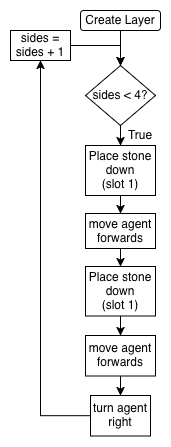
This is tutorials/python-islands/island-7/tower_builder/images/flowchart-function.png from CausewayDigital/Minecraft-EE-MakeCode, a draw.io export, as it was before one commit. Source tidied: cells renumbered, new cells last; positions are measured from the earlier drawing's top-left corner, leaving out a move shared by most shapes.
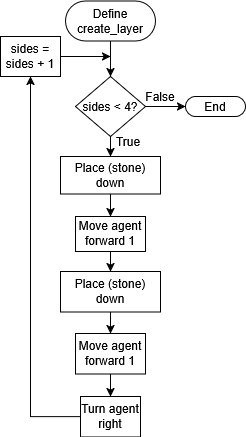
Above is the later version.

Commit message:
Added end to tower builder vertical flowcharts

Change to the diagram source:
```diff
@@ -2,56 +2,67 @@
   <root>
     <mxCell id="0" />
     <mxCell id="1" parent="0" />
-    <mxCell id="2" style="edgeStyle=orthogonalEdgeStyle;rounded=0;jettySize=auto;html=1;" parent="1" edge="1" source="3" target="5">
-      <mxGeometry relative="1" as="geometry" />
-    </mxCell>
-    <mxCell id="3" value="Create Layer" style="rounded=1;whiteSpace=wrap;html=1;" parent="1" vertex="1">
-      <mxGeometry x="70" width="80" height="20" as="geometry" />
-    </mxCell>
     <mxCell id="4" style="edgeStyle=orthogonalEdgeStyle;rounded=0;jettySize=auto;html=1;" parent="1" edge="1" source="5" target="7">
       <mxGeometry relative="1" as="geometry" />
     </mxCell>
     <mxCell id="5" value="sides &amp;lt; 4?" style="rhombus;whiteSpace=wrap;html=1;" parent="1" vertex="1">
-      <mxGeometry x="75" y="55" width="70" height="60" as="geometry" />
+      <mxGeometry x="-275" y="20" width="70" height="60" as="geometry" />
     </mxCell>
-    <mxCell id="6" style="edgeStyle=orthogonalEdgeStyle;rounded=0;jettySize=auto;html=1;" parent="1" edge="1" source="7" target="9">
+    <mxCell id="6" style="edgeStyle=orthogonalEdgeStyle;rounded=0;jettySize=auto;html=1;entryX=0.5;entryY=0;entryDx=0;entryDy=0;" parent="1" edge="1" source="7" target="9">
       <mxGeometry relative="1" as="geometry" />
     </mxCell>
-    <mxCell id="7" value="&lt;div&gt;Place stone down&lt;/div&gt;&lt;div&gt;(slot 1)&lt;/div&gt;" style="rounded=0;whiteSpace=wrap;html=1;strokeColor=light-dark(#000000,#FF0000);" parent="1" vertex="1">
-      <mxGeometry x="75" y="135" width="70" height="50" as="geometry" />
+    <mxCell id="7" value="&lt;div&gt;Place (stone) down&lt;/div&gt;" style="rounded=0;whiteSpace=wrap;html=1;strokeColor=light-dark(#000000, #ededed);" parent="1" vertex="1">
+      <mxGeometry x="-290" y="100" width="100" height="37.5" as="geometry" />
     </mxCell>
-    <mxCell id="8" style="edgeStyle=orthogonalEdgeStyle;rounded=0;jettySize=auto;html=1;" parent="1" edge="1" source="9" target="11">
+    <mxCell id="8" style="edgeStyle=orthogonalEdgeStyle;rounded=0;jettySize=auto;html=1;entryX=0.5;entryY=0;entryDx=0;entryDy=0;" parent="1" edge="1" source="9" target="11">
       <mxGeometry relative="1" as="geometry" />
     </mxCell>
-    <mxCell id="9" value="move agent forwards" style="rounded=0;whiteSpace=wrap;html=1;strokeColor=light-dark(#000000,#FF0000);" parent="1" vertex="1">
-      <mxGeometry x="75" y="203" width="70" height="35" as="geometry" />
+    <mxCell id="9" value="Move agent forward 1" style="rounded=0;whiteSpace=wrap;html=1;strokeColor=light-dark(#000000, #ededed);" parent="1" vertex="1">
+      <mxGeometry x="-275" y="160" width="70" height="35" as="geometry" />
     </mxCell>
-    <mxCell id="10" style="edgeStyle=orthogonalEdgeStyle;rounded=0;jettySize=auto;html=1;" parent="1" edge="1" source="11" target="13">
+    <mxCell id="10" style="edgeStyle=orthogonalEdgeStyle;rounded=0;jettySize=auto;html=1;entryX=0.5;entryY=0;entryDx=0;entryDy=0;" parent="1" edge="1" source="11" target="13">
       <mxGeometry relative="1" as="geometry" />
     </mxCell>
-    <mxCell id="11" value="&lt;div&gt;Place stone down&lt;/div&gt;(slot 1)" style="rounded=0;whiteSpace=wrap;html=1;strokeColor=light-dark(#000000,#FF0000);" parent="1" vertex="1">
-      <mxGeometry x="75" y="256" width="70" height="49.5" as="geometry" />
+    <mxCell id="11" value="&lt;div&gt;Place (stone) down&lt;/div&gt;" style="rounded=0;whiteSpace=wrap;html=1;strokeColor=light-dark(#000000, #ededed);" parent="1" vertex="1">
+      <mxGeometry x="-290" y="215" width="100" height="40.5" as="geometry" />
     </mxCell>
-    <mxCell id="12" style="edgeStyle=orthogonalEdgeStyle;rounded=0;jettySize=auto;html=1;" parent="1" edge="1" source="13" target="18">
+    <mxCell id="12" style="edgeStyle=orthogonalEdgeStyle;rounded=0;jettySize=auto;html=1;entryX=0.5;entryY=0;entryDx=0;entryDy=0;" parent="1" edge="1" source="13" target="18">
       <mxGeometry relative="1" as="geometry" />
     </mxCell>
-    <mxCell id="13" value="move agent forwards" style="rounded=0;whiteSpace=wrap;html=1;strokeColor=light-dark(#000000,#FF0000);" parent="1" vertex="1">
-      <mxGeometry x="75" y="325" width="70" height="40.5" as="geometry" />
+    <mxCell id="13" value="Move agent forward 1" style="rounded=0;whiteSpace=wrap;html=1;strokeColor=light-dark(#000000, #ededed);" parent="1" vertex="1">
+      <mxGeometry x="-275" y="277" width="70" height="40.5" as="geometry" />
     </mxCell>
-    <mxCell id="14" style="edgeStyle=orthogonalEdgeStyle;rounded=0;jettySize=auto;html=1;entryX=0.5;entryY=0;entryDx=0;entryDy=0;" parent="1" edge="1" source="15" target="5">
-      <mxGeometry relative="1" as="geometry" />
-    </mxCell>
+    <mxCell id="19" style="edgeStyle=orthogonalEdgeStyle;rounded=0;jettySize=auto;html=1;" parent="1" edge="1" source="15">
+      <mxGeometry relative="1" as="geometry">
+        <mxPoint x="-240" as="targetPoint" />
+      </mxGeometry>
+    </mxCell>
     <mxCell id="15" value="sides = sides + 1" style="rounded=0;whiteSpace=wrap;html=1;" parent="1" vertex="1">
-      <mxGeometry y="20" width="60" height="30" as="geometry" />
+      <mxGeometry x="-350" y="-20" width="60" height="40" as="geometry" />
     </mxCell>
     <mxCell id="16" value="True&lt;span style=&quot;color: rgba(0 , 0 , 0 , 0) ; font-family: monospace ; font-size: 0px&quot;&gt;%3CmxGraphModel%3E%3Croot%3E%3CmxCell%20id%3D%220%22%2F%3E%3CmxCell%20id%3D%221%22%20parent%3D%220%22%2F%3E%3CmxCell%20id%3D%222%22%20value%3D%22False%22%20style%3D%22text%3Bhtml%3D1%3BstrokeColor%3Dnone%3BfillColor%3Dnone%3Balign%3Dcenter%3BverticalAlign%3Dmiddle%3BwhiteSpace%3Dwrap%3Brounded%3D0%3B%22%20vertex%3D%221%22%20parent%3D%221%22%3E%3CmxGeometry%20x%3D%22260%22%20y%3D%22440%22%20width%3D%2240%22%20height%3D%2220%22%20as%3D%22geometry%22%2F%3E%3C%2FmxCell%3E%3C%2Froot%3E%3C%2FmxGraphModel%3E&lt;/span&gt;" style="text;html=1;strokeColor=none;fillColor=none;align=center;verticalAlign=middle;whiteSpace=wrap;rounded=0;" parent="1" vertex="1">
-      <mxGeometry x="110" y="115" width="40" height="20" as="geometry" />
+      <mxGeometry x="-242" y="75" width="40" height="20" as="geometry" />
     </mxCell>
     <mxCell id="17" style="edgeStyle=orthogonalEdgeStyle;rounded=0;jettySize=auto;html=1;entryX=0.5;entryY=1;entryDx=0;entryDy=0;" parent="1" edge="1" source="18" target="15">
       <mxGeometry relative="1" as="geometry" />
     </mxCell>
-    <mxCell id="18" value="turn agent right" style="rounded=0;whiteSpace=wrap;html=1;strokeColor=light-dark(#000000,#FF0000);" parent="1" vertex="1">
-      <mxGeometry x="80" y="385" width="60" height="40.5" as="geometry" />
+    <mxCell id="18" value="Turn agent right" style="rounded=0;whiteSpace=wrap;html=1;strokeColor=light-dark(#000000, #ededed);" parent="1" vertex="1">
+      <mxGeometry x="-270" y="340" width="60" height="40.5" as="geometry" />
     </mxCell>
+    <mxCell id="20" style="edgeStyle=orthogonalEdgeStyle;rounded=0;jettySize=auto;html=1;exitX=0.5;exitY=0.5;exitDx=0;exitDy=20;exitPerimeter=0;entryX=0.5;entryY=0;entryDx=0;entryDy=0;" parent="1" edge="1" source="21" target="5">
+      <mxGeometry relative="1" as="geometry" />
+    </mxCell>
+    <mxCell id="21" value="Define&lt;br&gt;create_layer" style="html=1;dashed=0;whiteSpace=wrap;shape=mxgraph.dfd.start;" parent="1" vertex="1">
+      <mxGeometry x="-285" y="-55.5" width="90" height="40" as="geometry" />
+    </mxCell>
+    <mxCell id="22" value="End" style="html=1;dashed=0;whiteSpace=wrap;shape=mxgraph.dfd.start;" parent="1" vertex="1">
+      <mxGeometry x="-165" y="40" width="60" height="20" as="geometry" />
+    </mxCell>
+    <mxCell id="23" style="edgeStyle=orthogonalEdgeStyle;rounded=0;jettySize=auto;html=1;entryX=0;entryY=0.5;entryDx=0;entryDy=0;entryPerimeter=0;" parent="1" edge="1" source="5" target="22">
+      <mxGeometry relative="1" as="geometry" />
+    </mxCell>
+    <mxCell id="24" value="&lt;div&gt;False&lt;/div&gt;" style="text;html=1;strokeColor=none;fillColor=none;align=center;verticalAlign=middle;whiteSpace=wrap;rounded=0;" parent="1" vertex="1">
+      <mxGeometry x="-210" y="30" width="40" height="20" as="geometry" />
+    </mxCell>
   </root>
 </mxGraphModel>
```
